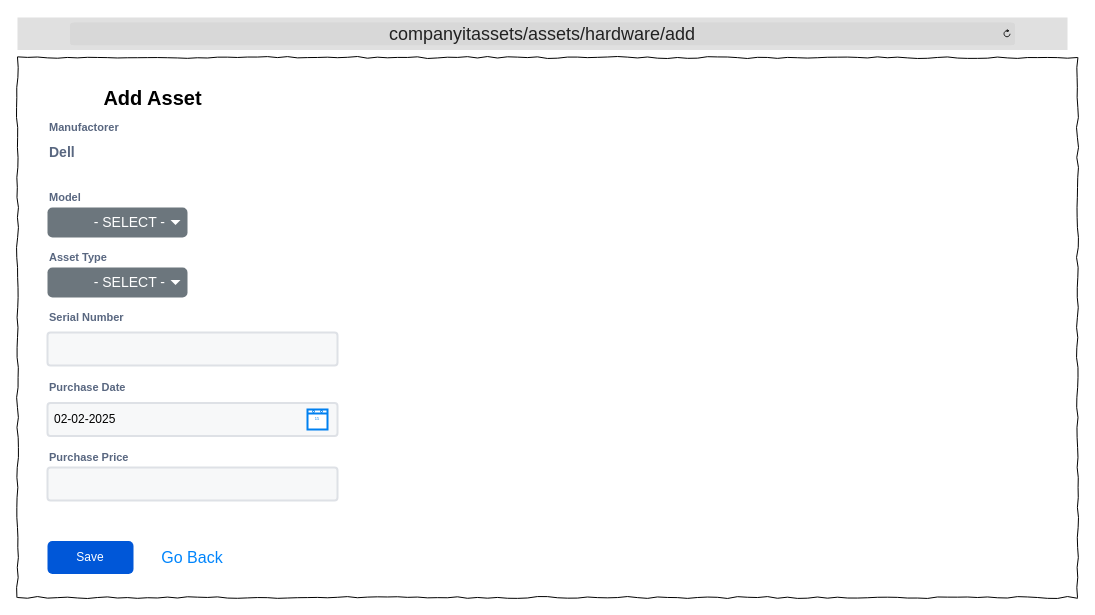
The draw.io diagram Wireframes/ITAT_HWAssets_Add.drawio in TRed91/ITAssetTracking, before the edit. Source tidied: cells renumbered, new cells numbered last; positions are measured from the earlier drawing's top-left corner, leaving out a move shared by most shapes. Both pictures are drawn from the tidied source at 100%, with x=0, y=0 at pixel (17, 17).
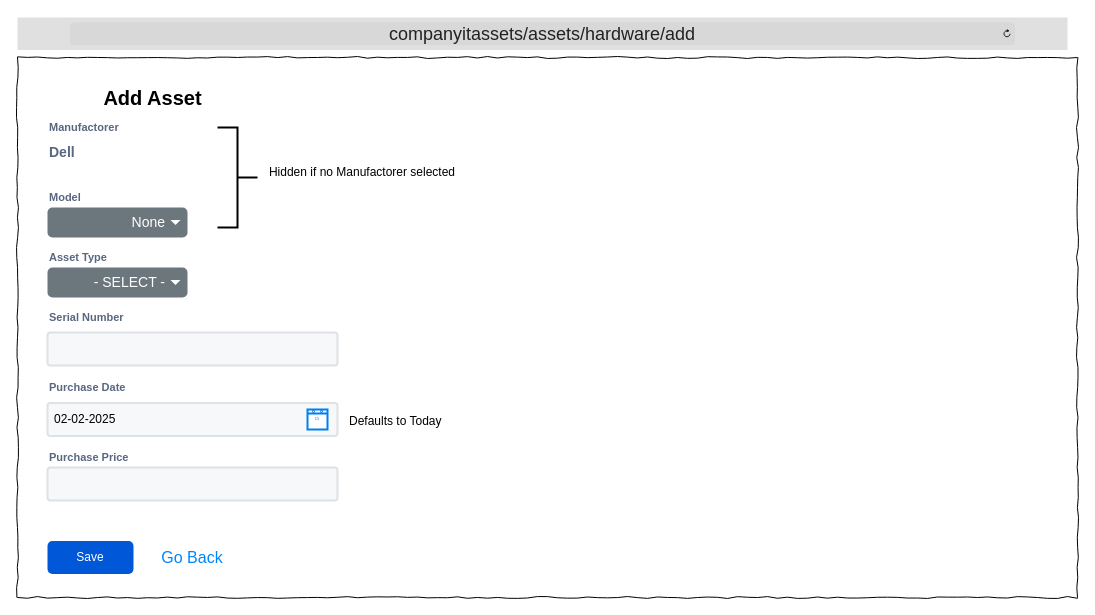
Above is the later version.

What changed in the source:
```diff
@@
-    <mxCell id="7" value="- SELECT -" style="html=1;shadow=0;dashed=0;shape=mxgraph.bootstrap.rrect;rSize=5;strokeColor=none;strokeWidth=1;fillColor=#6C767D;fontColor=#ffffff;whiteSpace=wrap;align=right;verticalAlign=middle;fontStyle=0;fontSize=14;spacingRight=20;" parent="1" vertex="1">
+    <mxCell id="7" value="None" style="html=1;shadow=0;dashed=0;shape=mxgraph.bootstrap.rrect;rSize=5;strokeColor=none;strokeWidth=1;fillColor=#6C767D;fontColor=#ffffff;whiteSpace=wrap;align=right;verticalAlign=middle;fontStyle=0;fontSize=14;spacingRight=20;" parent="1" vertex="1">
       <mxGeometry x="30" y="190" width="140" height="30" as="geometry" />
     </mxCell>
@@
+    <mxCell id="22" style="strokeWidth=2;html=1;shape=mxgraph.flowchart.annotation_2;align=left;labelPosition=right;rotation=-180;strokeColor=light-dark(#000000,#7D7D7D);" parent="1" vertex="1">
+      <mxGeometry x="200" y="110" width="40" height="100" as="geometry" />
+    </mxCell>
+    <mxCell id="23" value="Hidden if no Manufactorer selected" style="text;html=1;strokeColor=none;fillColor=none;align=center;verticalAlign=middle;whiteSpace=wrap;rounded=0;fontColor=light-dark(#000000,#7D7D7D);" parent="1" vertex="1">
+      <mxGeometry x="240" y="140" width="210" height="30" as="geometry" />
+    </mxCell>
+    <mxCell id="24" value="Defaults to Today" style="text;html=1;strokeColor=none;fillColor=none;align=left;verticalAlign=middle;whiteSpace=wrap;rounded=0;fontColor=light-dark(#000000,#7D7D7D);" parent="1" vertex="1">
+      <mxGeometry x="330" y="388.5" width="210" height="30" as="geometry" />
+    </mxCell>
```
